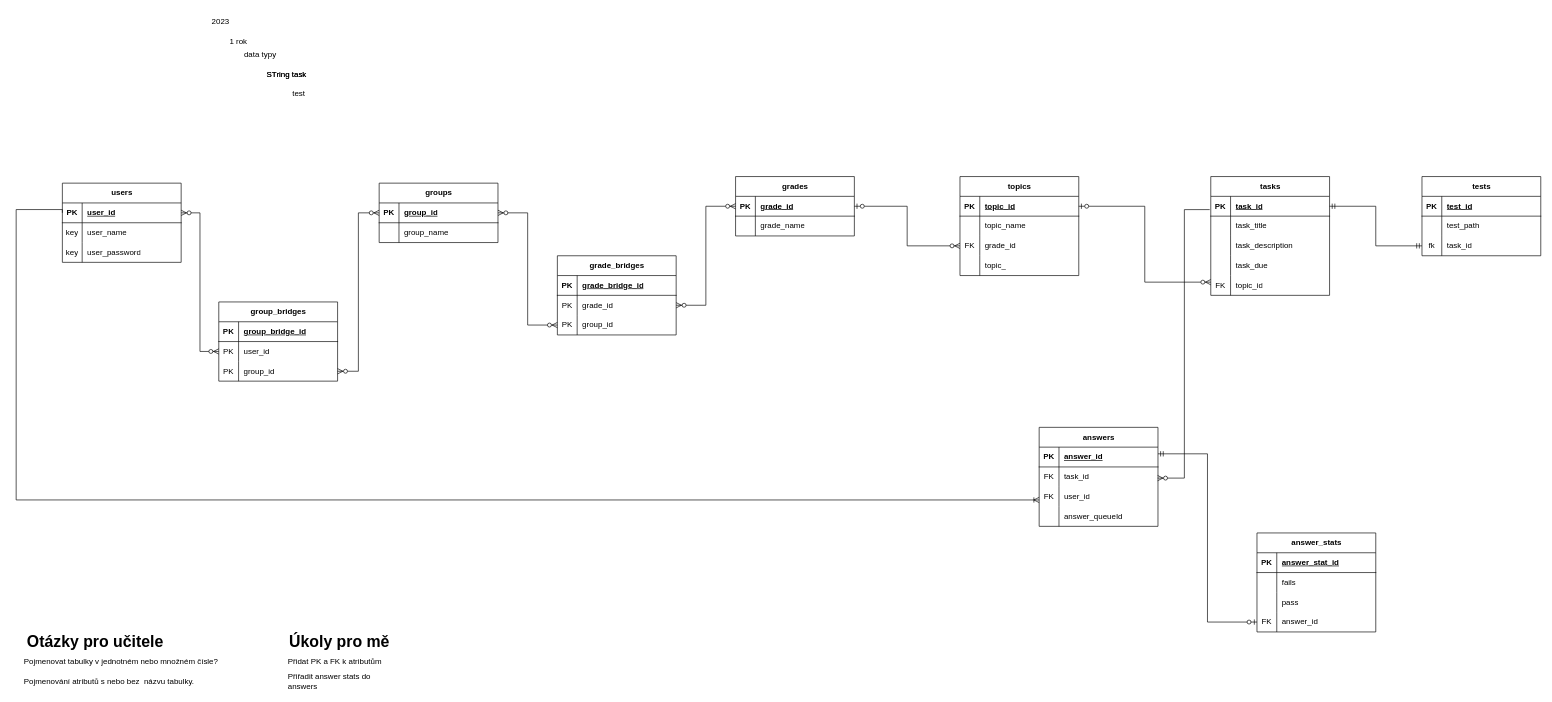
The draw.io diagram diagrams/db.drawio in Plebicek/CodeTester, before the edit. Source tidied: cells renumbered, new cells numbered last; positions are measured from the earlier drawing's top-left corner, leaving out a move shared by most shapes. Both pictures are drawn from the tidied source at 66%, with x=0, y=0 at pixel (16, 11).
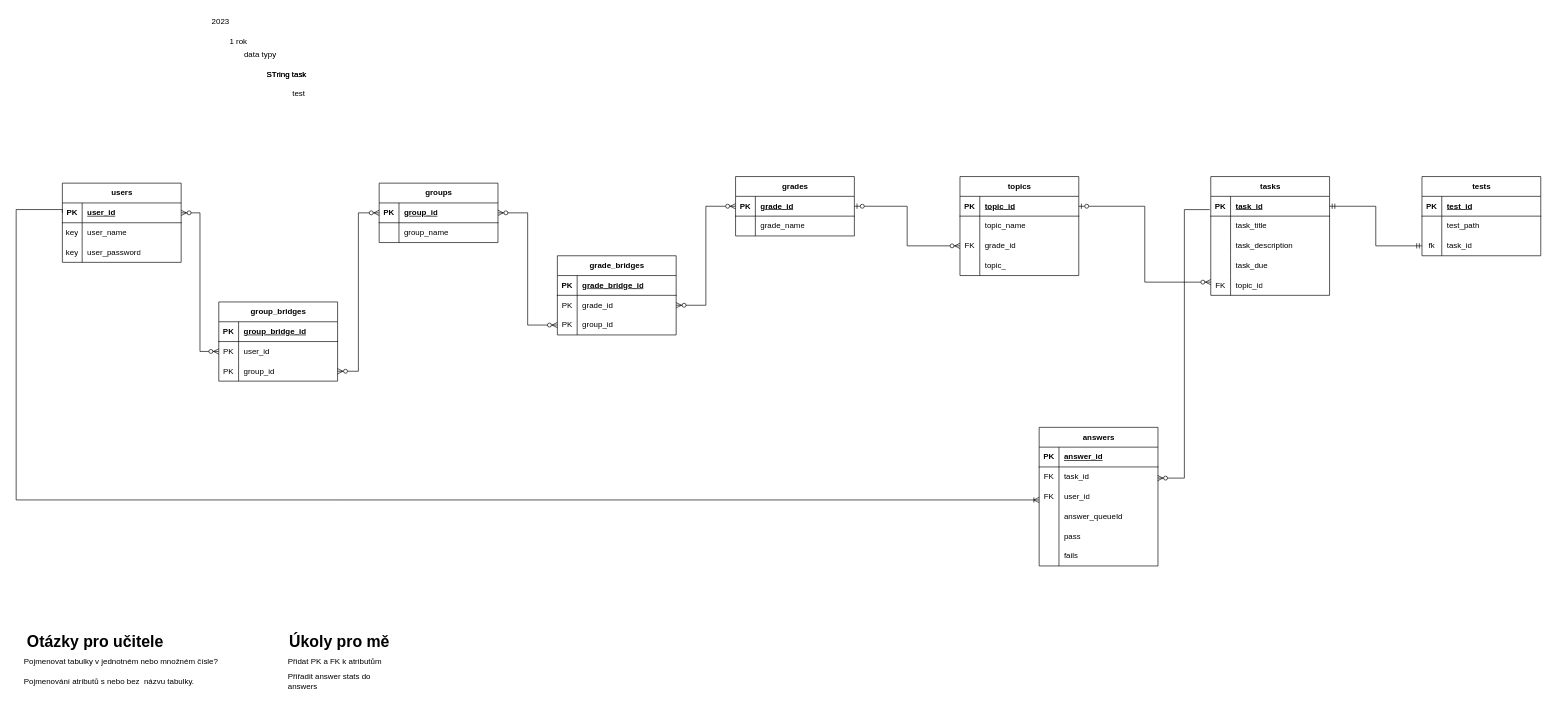
The same diagram, later.

The change refers to these unchanged cells:
```xml
<mxCell id="93" style="shape=tableRow;horizontal=0;startSize=0;swimlaneHead=0;swimlaneBody=0;fillColor=none;points=[[0,0.5],[1,0.5]];portConstraint=eastwest;top=0;left=0;right=0;bottom=1;" parent="92" vertex="1">
  <mxGeometry y="30" width="180" height="30" as="geometry" />
</mxCell>
```

What changed in the source:
```diff
@@
     <mxCell id="92" value="answers" style="shape=table;startSize=30;childLayout=tableLayout;rowLines=0;fontStyle=1;align=center;html=1;" parent="1" vertex="1">
-      <mxGeometry x="1550" y="630" width="180" height="150" as="geometry" />
+      <mxGeometry x="1550" y="630" width="180" height="210" as="geometry" />
     </mxCell>
@@
+    <mxCell id="134" style="shape=tableRow;horizontal=0;startSize=0;swimlaneHead=0;swimlaneBody=0;fillColor=none;top=0;left=0;right=0;bottom=0;" parent="92" vertex="1">
+      <mxGeometry y="150" width="180" height="30" as="geometry" />
+    </mxCell>
+    <mxCell id="135" style="shape=partialRectangle;fillColor=none;top=0;left=0;bottom=0;right=0;overflow=hidden;whiteSpace=wrap;html=1;" parent="134" vertex="1">
+      <mxGeometry width="30" height="30" as="geometry" />
+    </mxCell>
+    <mxCell id="115" value="pass" style="shape=partialRectangle;fillColor=none;top=0;left=0;bottom=0;right=0;align=left;spacingLeft=6;overflow=hidden;whiteSpace=wrap;html=1;" parent="134" vertex="1">
+      <mxGeometry x="30" width="150" height="30" as="geometry" />
+    </mxCell>
+    <mxCell id="136" style="shape=tableRow;horizontal=0;startSize=0;swimlaneHead=0;swimlaneBody=0;fillColor=none;top=0;left=0;right=0;bottom=0;" parent="92" vertex="1">
+      <mxGeometry y="180" width="180" height="30" as="geometry" />
+    </mxCell>
+    <mxCell id="137" style="shape=partialRectangle;fillColor=none;top=0;left=0;bottom=0;right=0;overflow=hidden;whiteSpace=wrap;html=1;" parent="136" vertex="1">
+      <mxGeometry width="30" height="30" as="geometry" />
+    </mxCell>
+    <mxCell id="112" value="fails" style="shape=partialRectangle;fillColor=none;top=0;left=0;bottom=0;right=0;align=left;spacingLeft=6;overflow=hidden;whiteSpace=wrap;html=1;" parent="136" vertex="1">
+      <mxGeometry x="30" width="150" height="30" as="geometry" />
+    </mxCell>
@@
-    <mxCell id="106" value="answer_stats" style="shape=table;startSize=30;childLayout=tableLayout;rowLines=0;fontStyle=1;align=center;html=1;" parent="1" vertex="1">
-      <mxGeometry x="1880" y="790" width="180" height="150" as="geometry" />
-    </mxCell>
-    <mxCell id="107" style="shape=tableRow;horizontal=0;startSize=0;swimlaneHead=0;swimlaneBody=0;fillColor=none;top=0;left=0;right=0;bottom=1;" parent="106" vertex="1">
-      <mxGeometry y="30" width="180" height="30" as="geometry" />
-    </mxCell>
-    <mxCell id="108" value="PK" style="shape=partialRectangle;fillColor=none;top=0;left=0;bottom=0;right=0;fontStyle=1;overflow=hidden;whiteSpace=wrap;html=1;" parent="107" vertex="1">
-      <mxGeometry width="30" height="30" as="geometry" />
-    </mxCell>
-    <mxCell id="109" value="answer_stat_id" style="shape=partialRectangle;fillColor=none;top=0;left=0;bottom=0;right=0;align=left;spacingLeft=6;fontStyle=5;overflow=hidden;whiteSpace=wrap;html=1;" parent="107" vertex="1">
-      <mxGeometry x="30" width="150" height="30" as="geometry" />
-    </mxCell>
-    <mxCell id="110" style="shape=tableRow;horizontal=0;startSize=0;swimlaneHead=0;swimlaneBody=0;fillColor=none;top=0;left=0;right=0;bottom=0;" parent="106" vertex="1">
-      <mxGeometry y="60" width="180" height="30" as="geometry" />
-    </mxCell>
-    <mxCell id="111" style="shape=partialRectangle;fillColor=none;top=0;left=0;bottom=0;right=0;overflow=hidden;whiteSpace=wrap;html=1;" parent="110" vertex="1">
-      <mxGeometry width="30" height="30" as="geometry" />
-    </mxCell>
-    <mxCell id="112" value="fails" style="shape=partialRectangle;fillColor=none;top=0;left=0;bottom=0;right=0;align=left;spacingLeft=6;overflow=hidden;whiteSpace=wrap;html=1;" parent="110" vertex="1">
-      <mxGeometry x="30" width="150" height="30" as="geometry" />
-    </mxCell>
-    <mxCell id="113" style="shape=tableRow;horizontal=0;startSize=0;swimlaneHead=0;swimlaneBody=0;fillColor=none;top=0;left=0;right=0;bottom=0;" parent="106" vertex="1">
-      <mxGeometry y="90" width="180" height="30" as="geometry" />
-    </mxCell>
-    <mxCell id="114" style="shape=partialRectangle;fillColor=none;top=0;left=0;bottom=0;right=0;overflow=hidden;whiteSpace=wrap;html=1;" parent="113" vertex="1">
-      <mxGeometry width="30" height="30" as="geometry" />
-    </mxCell>
-    <mxCell id="115" value="pass" style="shape=partialRectangle;fillColor=none;top=0;left=0;bottom=0;right=0;align=left;spacingLeft=6;overflow=hidden;whiteSpace=wrap;html=1;" parent="113" vertex="1">
-      <mxGeometry x="30" width="150" height="30" as="geometry" />
-    </mxCell>
-    <mxCell id="116" style="shape=tableRow;horizontal=0;startSize=0;swimlaneHead=0;swimlaneBody=0;fillColor=none;points=[[0,0.5],[1,0.5]];portConstraint=eastwest;top=0;left=0;right=0;bottom=0;" parent="106" vertex="1">
-      <mxGeometry y="120" width="180" height="30" as="geometry" />
-    </mxCell>
-    <mxCell id="117" value="FK" style="shape=partialRectangle;fillColor=none;top=0;left=0;bottom=0;right=0;overflow=hidden;whiteSpace=wrap;html=1;" parent="116" vertex="1">
-      <mxGeometry width="30" height="30" as="geometry" />
-    </mxCell>
-    <mxCell id="118" value="answer_id" style="shape=partialRectangle;fillColor=none;top=0;left=0;bottom=0;right=0;align=left;spacingLeft=6;overflow=hidden;whiteSpace=wrap;html=1;" parent="116" vertex="1">
-      <mxGeometry x="30" width="150" height="30" as="geometry" />
-    </mxCell>
-    <mxCell id="119" style="edgeStyle=orthogonalEdgeStyle;fontSize=12;html=1;endArrow=ERzeroToOne;startArrow=ERmandOne;rounded=0;exitX=1;exitY=0.337;exitDx=0;exitDy=0;exitPerimeter=0;entryX=0;entryY=0.5;entryDx=0;entryDy=0;" parent="1" edge="1" source="93" target="116">
-      <mxGeometry relative="1" as="geometry">
-        <Array as="points">
-          <mxPoint x="1805" y="670" />
-          <mxPoint x="1805" y="925" />
-        </Array>
-      </mxGeometry>
-    </mxCell>
```
